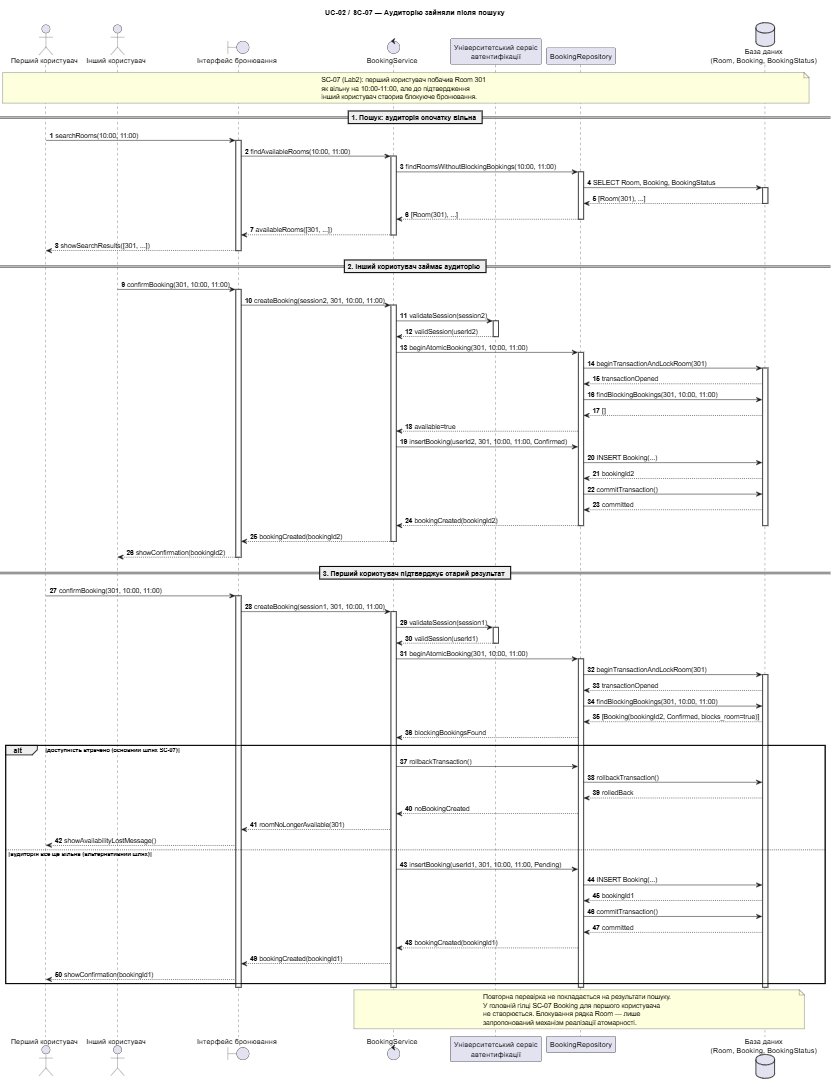
The PlantUML diagram lab3/renders/sequence-03.png in Oleksandr-C-S/MAVPZ, before a commit. Its source is kept beside it as lab3/model/sequence-03.puml.
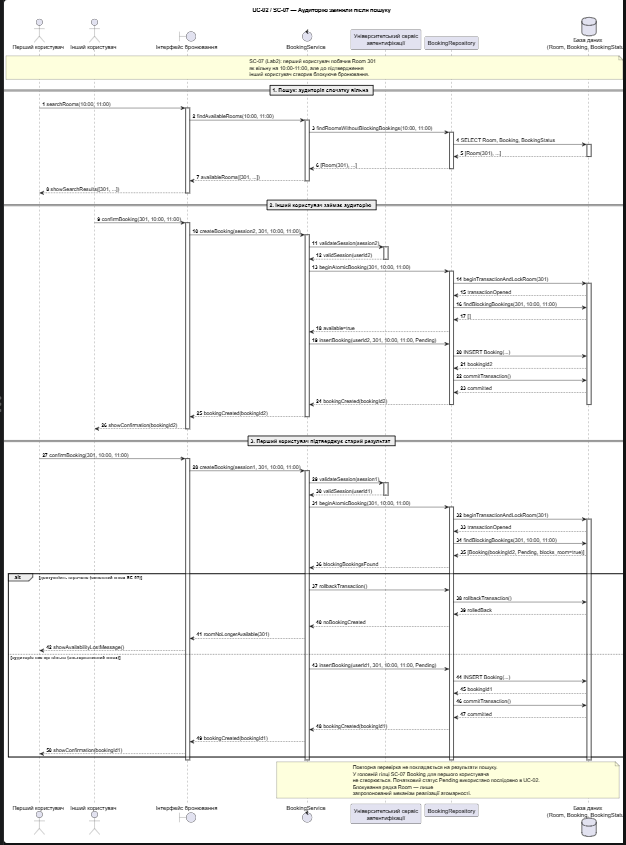
Above is the later version.

Commit message:
align booking status and update render

The edit, as a diff of the source:
```diff
@@ -52,7 +52,7 @@
 Repo -> DB : findBlockingBookings(301, 10:00, 11:00)
 DB --> Repo : []
 Repo --> Service : available=true
-Service -> Repo : insertBooking(userId2, 301, 10:00, 11:00, Confirmed)
+Service -> Repo : insertBooking(userId2, 301, 10:00, 11:00, Pending)
 Repo -> DB : INSERT Booking(...)
 DB --> Repo : bookingId2
 Repo -> DB : commitTransaction()
@@ -80,7 +80,7 @@
 activate DB
 DB --> Repo : transactionOpened
 Repo -> DB : findBlockingBookings(301, 10:00, 11:00)
-DB --> Repo : [Booking(bookingId2, Confirmed, blocks_room=true)]
+DB --> Repo : [Booking(bookingId2, Pending, blocks_room=true)]
 Repo --> Service : blockingBookingsFound
 
 alt доступність втрачено (основний шлях SC-07)
@@ -109,7 +109,8 @@
 note over Service,DB
 Повторна перевірка не покладається на результати пошуку.
 У головній гілці SC-07 Booking для першого користувача
-не створюється. Блокування рядка Room — лише
+не створюється. Початковий статус Pending використано послідовно в UC-02.
+Блокування рядка Room — лише
 запропонований механізм реалізації атомарності.
 end note
 @enduml
```
